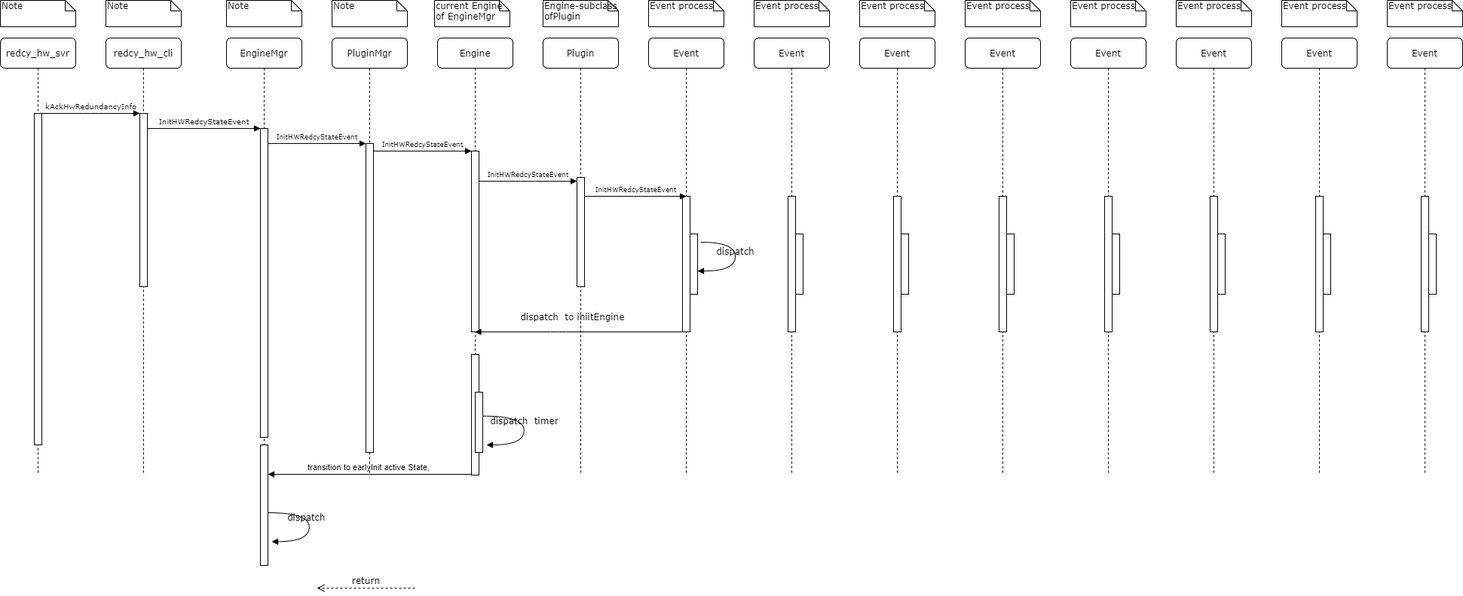
This is UML/StartActiveRedundancy.png from Steve888888/FN-Redundancy, a draw.io export, as it was before one commit. Source tidied: cells renumbered, new cells last; positions are measured from the earlier drawing's top-left corner, leaving out a move shared by most shapes.
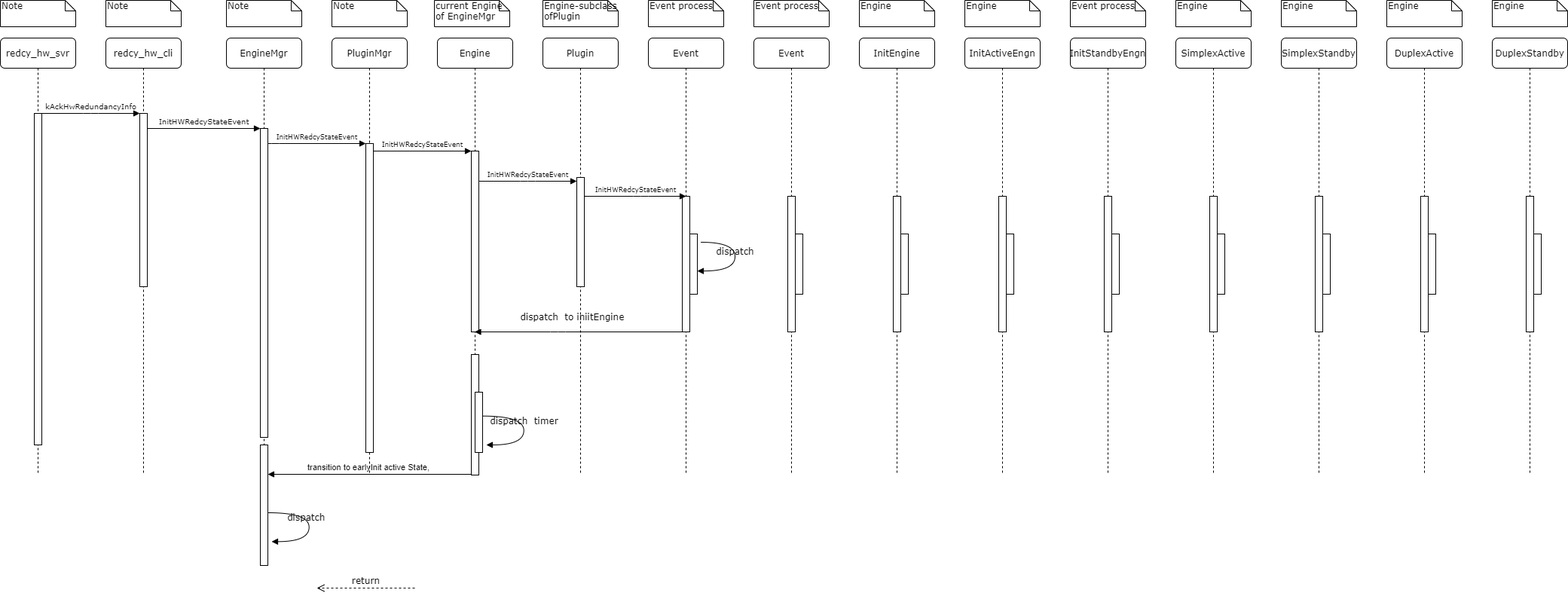
The same diagram one commit later.

Change to the diagram source:
```diff
@@ -174,10 +174,10 @@
     <mxCell id="42" style="html=1;perimeter=orthogonalPerimeter;" parent="40" vertex="1">
       <mxGeometry x="55" y="260" width="10" height="80" as="geometry" />
     </mxCell>
-    <mxCell id="43" value="Event process" style="shape=note;whiteSpace=wrap;html=1;size=14;verticalAlign=top;align=left;spacingTop=-6;rounded=0;shadow=0;comic=0;labelBackgroundColor=none;strokeWidth=1;fontFamily=Verdana;fontSize=12;" parent="1" vertex="1">
+    <mxCell id="43" value="Engine" style="shape=note;whiteSpace=wrap;html=1;size=14;verticalAlign=top;align=left;spacingTop=-6;rounded=0;shadow=0;comic=0;labelBackgroundColor=none;strokeWidth=1;fontFamily=Verdana;fontSize=12;" parent="1" vertex="1">
       <mxGeometry x="1140" width="100" height="35" as="geometry" />
     </mxCell>
-    <mxCell id="44" value="Event" style="shape=umlLifeline;perimeter=lifelinePerimeter;whiteSpace=wrap;html=1;rounded=1;shadow=0;comic=0;labelBackgroundColor=none;strokeWidth=1;fontFamily=Verdana;fontSize=12;align=center;" parent="1" vertex="1">
+    <mxCell id="44" value="InitEngine" style="shape=umlLifeline;perimeter=lifelinePerimeter;whiteSpace=wrap;html=1;rounded=1;shadow=0;comic=0;labelBackgroundColor=none;strokeWidth=1;fontFamily=Verdana;fontSize=12;align=center;" parent="1" vertex="1">
       <mxGeometry x="1140" y="50" width="100" height="580" as="geometry" />
     </mxCell>
     <mxCell id="45" style="html=1;perimeter=orthogonalPerimeter;rounded=0;shadow=0;comic=0;labelBackgroundColor=none;strokeColor=#000000;strokeWidth=1;fillColor=#FFFFFF;fontFamily=Verdana;fontSize=12;fontColor=#000000;align=center;" parent="44" vertex="1">
@@ -186,10 +186,10 @@
     <mxCell id="46" style="html=1;perimeter=orthogonalPerimeter;" parent="44" vertex="1">
       <mxGeometry x="55" y="260" width="10" height="80" as="geometry" />
     </mxCell>
-    <mxCell id="47" value="Event process" style="shape=note;whiteSpace=wrap;html=1;size=14;verticalAlign=top;align=left;spacingTop=-6;rounded=0;shadow=0;comic=0;labelBackgroundColor=none;strokeWidth=1;fontFamily=Verdana;fontSize=12;" parent="1" vertex="1">
+    <mxCell id="47" value="Engine" style="shape=note;whiteSpace=wrap;html=1;size=14;verticalAlign=top;align=left;spacingTop=-6;rounded=0;shadow=0;comic=0;labelBackgroundColor=none;strokeWidth=1;fontFamily=Verdana;fontSize=12;" parent="1" vertex="1">
       <mxGeometry x="1280" width="100" height="35" as="geometry" />
     </mxCell>
-    <mxCell id="48" value="Event" style="shape=umlLifeline;perimeter=lifelinePerimeter;whiteSpace=wrap;html=1;rounded=1;shadow=0;comic=0;labelBackgroundColor=none;strokeWidth=1;fontFamily=Verdana;fontSize=12;align=center;" parent="1" vertex="1">
+    <mxCell id="48" value="InitActiveEngn" style="shape=umlLifeline;perimeter=lifelinePerimeter;whiteSpace=wrap;html=1;rounded=1;shadow=0;comic=0;labelBackgroundColor=none;strokeWidth=1;fontFamily=Verdana;fontSize=12;align=center;" parent="1" vertex="1">
       <mxGeometry x="1280" y="50" width="100" height="580" as="geometry" />
     </mxCell>
     <mxCell id="49" style="html=1;perimeter=orthogonalPerimeter;rounded=0;shadow=0;comic=0;labelBackgroundColor=none;strokeColor=#000000;strokeWidth=1;fillColor=#FFFFFF;fontFamily=Verdana;fontSize=12;fontColor=#000000;align=center;" parent="48" vertex="1">
@@ -201,7 +201,7 @@
     <mxCell id="51" value="Event process" style="shape=note;whiteSpace=wrap;html=1;size=14;verticalAlign=top;align=left;spacingTop=-6;rounded=0;shadow=0;comic=0;labelBackgroundColor=none;strokeWidth=1;fontFamily=Verdana;fontSize=12;" parent="1" vertex="1">
       <mxGeometry x="1420" width="100" height="35" as="geometry" />
     </mxCell>
-    <mxCell id="52" value="Event" style="shape=umlLifeline;perimeter=lifelinePerimeter;whiteSpace=wrap;html=1;rounded=1;shadow=0;comic=0;labelBackgroundColor=none;strokeWidth=1;fontFamily=Verdana;fontSize=12;align=center;" parent="1" vertex="1">
+    <mxCell id="52" value="InitStandbyEngn" style="shape=umlLifeline;perimeter=lifelinePerimeter;whiteSpace=wrap;html=1;rounded=1;shadow=0;comic=0;labelBackgroundColor=none;strokeWidth=1;fontFamily=Verdana;fontSize=12;align=center;" parent="1" vertex="1">
       <mxGeometry x="1420" y="50" width="100" height="580" as="geometry" />
     </mxCell>
     <mxCell id="53" style="html=1;perimeter=orthogonalPerimeter;rounded=0;shadow=0;comic=0;labelBackgroundColor=none;strokeColor=#000000;strokeWidth=1;fillColor=#FFFFFF;fontFamily=Verdana;fontSize=12;fontColor=#000000;align=center;" parent="52" vertex="1">
@@ -210,10 +210,10 @@
     <mxCell id="54" style="html=1;perimeter=orthogonalPerimeter;" parent="52" vertex="1">
       <mxGeometry x="55" y="260" width="10" height="80" as="geometry" />
     </mxCell>
-    <mxCell id="55" value="Event process" style="shape=note;whiteSpace=wrap;html=1;size=14;verticalAlign=top;align=left;spacingTop=-6;rounded=0;shadow=0;comic=0;labelBackgroundColor=none;strokeWidth=1;fontFamily=Verdana;fontSize=12;" parent="1" vertex="1">
+    <mxCell id="55" value="Engine" style="shape=note;whiteSpace=wrap;html=1;size=14;verticalAlign=top;align=left;spacingTop=-6;rounded=0;shadow=0;comic=0;labelBackgroundColor=none;strokeWidth=1;fontFamily=Verdana;fontSize=12;" parent="1" vertex="1">
       <mxGeometry x="1560" width="100" height="35" as="geometry" />
     </mxCell>
-    <mxCell id="56" value="Event" style="shape=umlLifeline;perimeter=lifelinePerimeter;whiteSpace=wrap;html=1;rounded=1;shadow=0;comic=0;labelBackgroundColor=none;strokeWidth=1;fontFamily=Verdana;fontSize=12;align=center;" parent="1" vertex="1">
+    <mxCell id="56" value="SimplexActive" style="shape=umlLifeline;perimeter=lifelinePerimeter;whiteSpace=wrap;html=1;rounded=1;shadow=0;comic=0;labelBackgroundColor=none;strokeWidth=1;fontFamily=Verdana;fontSize=12;align=center;" parent="1" vertex="1">
       <mxGeometry x="1560" y="50" width="100" height="580" as="geometry" />
     </mxCell>
     <mxCell id="57" style="html=1;perimeter=orthogonalPerimeter;rounded=0;shadow=0;comic=0;labelBackgroundColor=none;strokeColor=#000000;strokeWidth=1;fillColor=#FFFFFF;fontFamily=Verdana;fontSize=12;fontColor=#000000;align=center;" parent="56" vertex="1">
@@ -222,10 +222,10 @@
     <mxCell id="58" style="html=1;perimeter=orthogonalPerimeter;" parent="56" vertex="1">
       <mxGeometry x="55" y="260" width="10" height="80" as="geometry" />
     </mxCell>
-    <mxCell id="59" value="Event process" style="shape=note;whiteSpace=wrap;html=1;size=14;verticalAlign=top;align=left;spacingTop=-6;rounded=0;shadow=0;comic=0;labelBackgroundColor=none;strokeWidth=1;fontFamily=Verdana;fontSize=12;" parent="1" vertex="1">
+    <mxCell id="59" value="Engine" style="shape=note;whiteSpace=wrap;html=1;size=14;verticalAlign=top;align=left;spacingTop=-6;rounded=0;shadow=0;comic=0;labelBackgroundColor=none;strokeWidth=1;fontFamily=Verdana;fontSize=12;" parent="1" vertex="1">
       <mxGeometry x="1700" width="100" height="35" as="geometry" />
     </mxCell>
-    <mxCell id="60" value="Event" style="shape=umlLifeline;perimeter=lifelinePerimeter;whiteSpace=wrap;html=1;rounded=1;shadow=0;comic=0;labelBackgroundColor=none;strokeWidth=1;fontFamily=Verdana;fontSize=12;align=center;" parent="1" vertex="1">
+    <mxCell id="60" value="SimplexStandby" style="shape=umlLifeline;perimeter=lifelinePerimeter;whiteSpace=wrap;html=1;rounded=1;shadow=0;comic=0;labelBackgroundColor=none;strokeWidth=1;fontFamily=Verdana;fontSize=12;align=center;" parent="1" vertex="1">
       <mxGeometry x="1700" y="50" width="100" height="580" as="geometry" />
     </mxCell>
     <mxCell id="61" style="html=1;perimeter=orthogonalPerimeter;rounded=0;shadow=0;comic=0;labelBackgroundColor=none;strokeColor=#000000;strokeWidth=1;fillColor=#FFFFFF;fontFamily=Verdana;fontSize=12;fontColor=#000000;align=center;" parent="60" vertex="1">
@@ -234,10 +234,10 @@
     <mxCell id="62" style="html=1;perimeter=orthogonalPerimeter;" parent="60" vertex="1">
       <mxGeometry x="55" y="260" width="10" height="80" as="geometry" />
     </mxCell>
-    <mxCell id="63" value="Event process" style="shape=note;whiteSpace=wrap;html=1;size=14;verticalAlign=top;align=left;spacingTop=-6;rounded=0;shadow=0;comic=0;labelBackgroundColor=none;strokeWidth=1;fontFamily=Verdana;fontSize=12;" parent="1" vertex="1">
+    <mxCell id="63" value="Engine" style="shape=note;whiteSpace=wrap;html=1;size=14;verticalAlign=top;align=left;spacingTop=-6;rounded=0;shadow=0;comic=0;labelBackgroundColor=none;strokeWidth=1;fontFamily=Verdana;fontSize=12;" parent="1" vertex="1">
       <mxGeometry x="1840" width="100" height="35" as="geometry" />
     </mxCell>
-    <mxCell id="64" value="Event" style="shape=umlLifeline;perimeter=lifelinePerimeter;whiteSpace=wrap;html=1;rounded=1;shadow=0;comic=0;labelBackgroundColor=none;strokeWidth=1;fontFamily=Verdana;fontSize=12;align=center;" parent="1" vertex="1">
+    <mxCell id="64" value="DuplexActive" style="shape=umlLifeline;perimeter=lifelinePerimeter;whiteSpace=wrap;html=1;rounded=1;shadow=0;comic=0;labelBackgroundColor=none;strokeWidth=1;fontFamily=Verdana;fontSize=12;align=center;" parent="1" vertex="1">
       <mxGeometry x="1840" y="50" width="100" height="580" as="geometry" />
     </mxCell>
     <mxCell id="65" style="html=1;perimeter=orthogonalPerimeter;rounded=0;shadow=0;comic=0;labelBackgroundColor=none;strokeColor=#000000;strokeWidth=1;fillColor=#FFFFFF;fontFamily=Verdana;fontSize=12;fontColor=#000000;align=center;" parent="64" vertex="1">
@@ -246,5 +246,17 @@
     <mxCell id="66" style="html=1;perimeter=orthogonalPerimeter;" parent="64" vertex="1">
       <mxGeometry x="55" y="260" width="10" height="80" as="geometry" />
     </mxCell>
+    <mxCell id="67" value="Engine" style="shape=note;whiteSpace=wrap;html=1;size=14;verticalAlign=top;align=left;spacingTop=-6;rounded=0;shadow=0;comic=0;labelBackgroundColor=none;strokeWidth=1;fontFamily=Verdana;fontSize=12;" parent="1" vertex="1">
+      <mxGeometry x="1980" width="100" height="35" as="geometry" />
+    </mxCell>
+    <mxCell id="68" value="DuplexStandby" style="shape=umlLifeline;perimeter=lifelinePerimeter;whiteSpace=wrap;html=1;rounded=1;shadow=0;comic=0;labelBackgroundColor=none;strokeWidth=1;fontFamily=Verdana;fontSize=12;align=center;" parent="1" vertex="1">
+      <mxGeometry x="1980" y="50" width="100" height="580" as="geometry" />
+    </mxCell>
+    <mxCell id="69" style="html=1;perimeter=orthogonalPerimeter;rounded=0;shadow=0;comic=0;labelBackgroundColor=none;strokeColor=#000000;strokeWidth=1;fillColor=#FFFFFF;fontFamily=Verdana;fontSize=12;fontColor=#000000;align=center;" parent="68" vertex="1">
+      <mxGeometry x="45" y="210" width="10" height="180" as="geometry" />
+    </mxCell>
+    <mxCell id="70" style="html=1;perimeter=orthogonalPerimeter;" parent="68" vertex="1">
+      <mxGeometry x="55" y="260" width="10" height="80" as="geometry" />
+    </mxCell>
   </root>
 </mxGraphModel>
```
